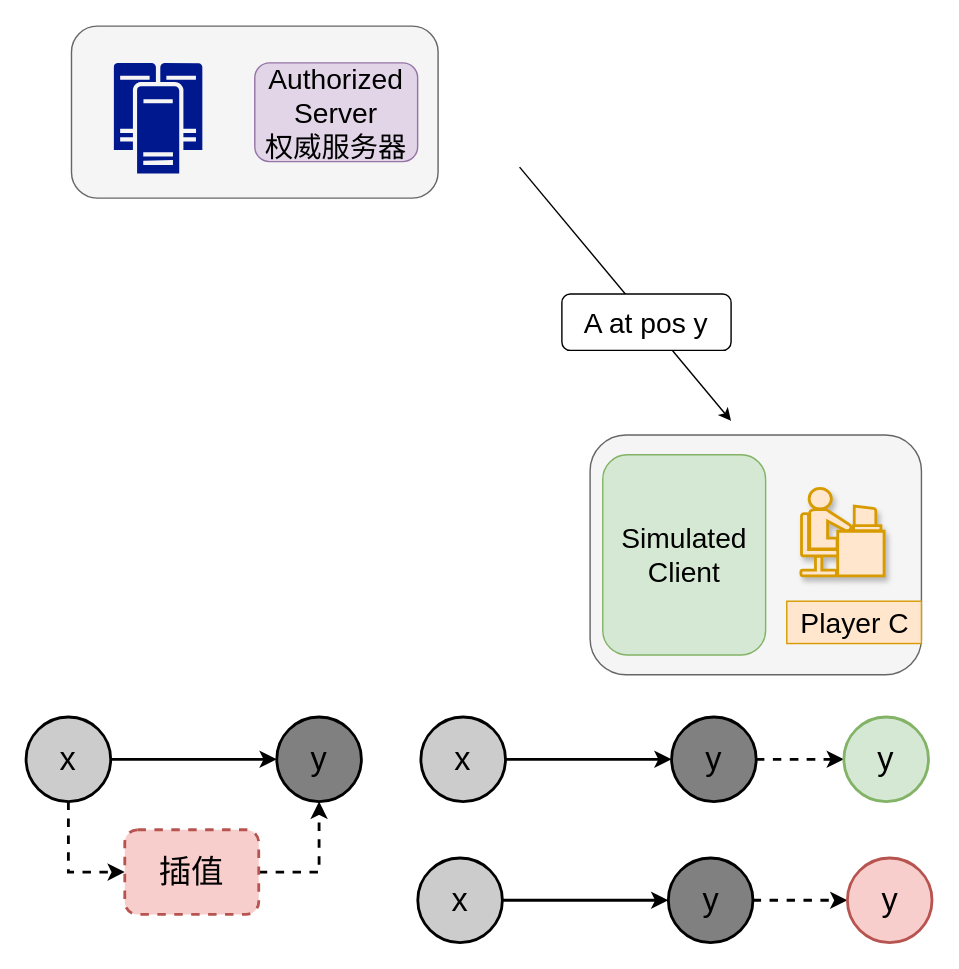
Above: page "zong 的副本 的副本" (35 of 36) of booming/Booming ypwangv5.0 color 104ppt-17.drawio in yrdimple/flowChart (draw.io), before the change. Source tidied: cells renumbered, new cells numbered last; positions are measured from the earlier drawing's top-left corner, leaving out a move shared by most shapes. Both pictures are drawn from the tidied source at 141%, with x=0, y=0 at pixel (25, 25).
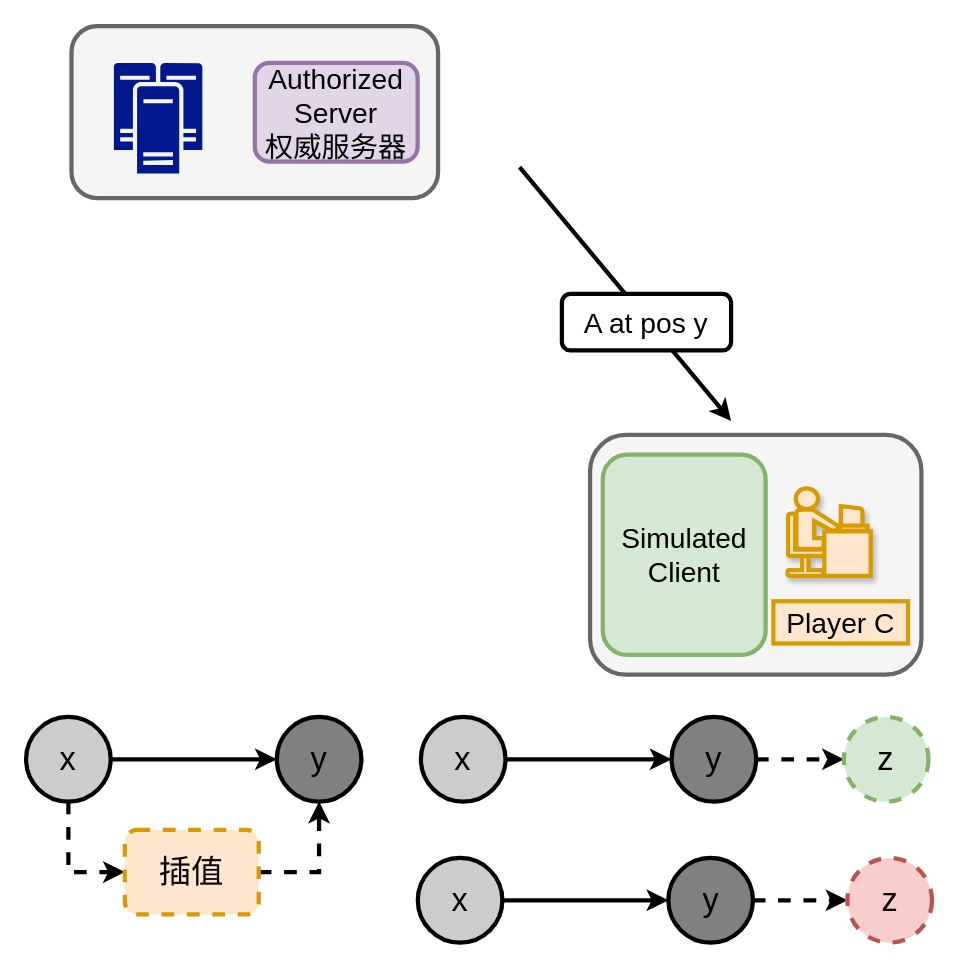
After the change.

Diff of the diagram source:
```diff
@@
-    <mxCell id="2" style="rounded=1;whiteSpace=wrap;html=1;fontSize=20;fillColor=#f5f5f5;fontColor=#333333;strokeColor=#666666;" parent="1" vertex="1">
+    <mxCell id="2" style="rounded=1;whiteSpace=wrap;html=1;fontSize=20;fillColor=#f5f5f5;fontColor=#333333;strokeColor=#666666;strokeWidth=3;" parent="1" vertex="1">
       <mxGeometry x="400" y="290" width="235" height="170" as="geometry" />
     </mxCell>
-    <mxCell id="3" style="rounded=1;whiteSpace=wrap;html=1;fontSize=20;fillColor=#f5f5f5;strokeColor=#666666;fontColor=#333333;" parent="1" vertex="1">
+    <mxCell id="3" style="rounded=1;whiteSpace=wrap;html=1;fontSize=20;fillColor=#f5f5f5;strokeColor=#666666;fontColor=#333333;strokeWidth=3;" parent="1" vertex="1">
       <mxGeometry x="32.2" width="260" height="122" as="geometry" />
     </mxCell>
-    <mxCell id="4" style="shape=mxgraph.cisco.people.androgenous_person;html=1;dashed=0;fillColor=#ffe6cc;strokeColor=#d79b00;strokeWidth=2;verticalLabelPosition=bottom;verticalAlign=top;align=center;fontSize=15;sketch=0;shadow=1;" parent="1" vertex="1">
-      <mxGeometry x="549.5" y="327.9" width="59" height="62" as="geometry" />
+    <mxCell id="4" style="shape=mxgraph.cisco.people.androgenous_person;html=1;dashed=0;fillColor=#ffe6cc;strokeColor=#d79b00;strokeWidth=3;verticalLabelPosition=bottom;verticalAlign=top;align=center;fontSize=15;sketch=0;shadow=1;" parent="1" vertex="1">
+      <mxGeometry x="540" y="327.9" width="59" height="62" as="geometry" />
     </mxCell>
-    <mxCell id="5" value="Player C" style="text;html=1;strokeColor=#d79b00;fillColor=#ffe6cc;align=center;verticalAlign=middle;whiteSpace=wrap;rounded=0;fontSize=20;" parent="1" vertex="1">
-      <mxGeometry x="539.5" y="407.9" width="95.5" height="30" as="geometry" />
+    <mxCell id="5" value="Player C" style="text;html=1;strokeColor=#d79b00;fillColor=#ffe6cc;align=center;verticalAlign=middle;whiteSpace=wrap;rounded=0;fontSize=20;strokeWidth=3;" parent="1" vertex="1">
+      <mxGeometry x="530" y="407.9" width="95.5" height="30" as="geometry" />
     </mxCell>
-    <mxCell id="6" value="Authorized Server&lt;br&gt;权威服务器" style="rounded=1;whiteSpace=wrap;html=1;fontSize=20;strokeColor=#9673a6;fillColor=#e1d5e7;" parent="1" vertex="1">
+    <mxCell id="6" value="Authorized Server&lt;br&gt;权威服务器" style="rounded=1;whiteSpace=wrap;html=1;fontSize=20;strokeColor=#9673a6;fillColor=#e1d5e7;strokeWidth=3;" parent="1" vertex="1">
       <mxGeometry x="162.2" y="26.1" width="115.5" height="70" as="geometry" />
     </mxCell>
-    <mxCell id="7" style="endArrow=none;html=1;rounded=0;fontSize=20;strokeWidth=1;fillColor=#CCCCCC;gradientColor=none;gradientDirection=north;startArrow=classic;startFill=1;endFill=0;" parent="1" edge="1">
+    <mxCell id="7" style="endArrow=none;html=1;rounded=0;fontSize=20;strokeWidth=3;fillColor=#CCCCCC;gradientColor=none;gradientDirection=north;startArrow=classic;startFill=1;endFill=0;" parent="1" edge="1">
       <mxGeometry relative="1" as="geometry">
         <mxPoint x="500" y="280" as="sourcePoint" />
         <mxPoint x="350" y="100" as="targetPoint" />
       </mxGeometry>
     </mxCell>
-    <mxCell id="8" value="Simulated&lt;br&gt;Client" style="rounded=1;whiteSpace=wrap;html=1;fontSize=20;strokeColor=#82b366;fillColor=#d5e8d4;" parent="1" vertex="1">
+    <mxCell id="8" value="Simulated&lt;br&gt;Client" style="rounded=1;whiteSpace=wrap;html=1;fontSize=20;strokeColor=#82b366;fillColor=#d5e8d4;strokeWidth=3;" parent="1" vertex="1">
       <mxGeometry x="409" y="304" width="115.5" height="142" as="geometry" />
     </mxCell>
-    <mxCell id="9" style="sketch=0;shadow=0;dashed=0;html=1;strokeColor=none;labelPosition=center;verticalLabelPosition=bottom;verticalAlign=top;align=center;fillColor=#00188D;shape=mxgraph.mscae.enterprise.cluster_server;rounded=0;fontSize=20;" parent="1" vertex="1">
+    <mxCell id="9" style="sketch=0;shadow=0;dashed=0;html=1;strokeColor=none;labelPosition=center;verticalLabelPosition=bottom;verticalAlign=top;align=center;fillColor=#00188D;shape=mxgraph.mscae.enterprise.cluster_server;rounded=0;fontSize=20;strokeWidth=3;" parent="1" vertex="1">
       <mxGeometry x="62.2" y="26.1" width="62.8" height="78.4" as="geometry" />
     </mxCell>
-    <mxCell id="10" value="A at pos y" style="rounded=1;whiteSpace=wrap;html=1;fontSize=20;" parent="1" vertex="1">
+    <mxCell id="10" value="A at pos y" style="rounded=1;whiteSpace=wrap;html=1;fontSize=20;strokeWidth=3;" parent="1" vertex="1">
       <mxGeometry x="380" y="190" width="120" height="40" as="geometry" />
     </mxCell>
-    <mxCell id="11" style="edgeStyle=orthogonalEdgeStyle;rounded=0;jettySize=auto;html=1;entryX=0;entryY=0.5;entryDx=0;entryDy=0;fontSize=23;strokeWidth=2;" parent="1" edge="1" source="13" target="14">
+    <mxCell id="11" style="edgeStyle=orthogonalEdgeStyle;rounded=0;jettySize=auto;html=1;entryX=0;entryY=0.5;entryDx=0;entryDy=0;fontSize=23;strokeWidth=3;" parent="1" edge="1" source="13" target="14">
       <mxGeometry relative="1" as="geometry" />
     </mxCell>
-    <mxCell id="12" style="edgeStyle=orthogonalEdgeStyle;rounded=0;jettySize=auto;html=1;entryX=0;entryY=0.5;entryDx=0;entryDy=0;fontSize=23;strokeWidth=2;exitX=0.5;exitY=1;exitDx=0;exitDy=0;dashed=1;" parent="1" edge="1" source="13" target="16">
+    <mxCell id="12" style="edgeStyle=orthogonalEdgeStyle;rounded=0;jettySize=auto;html=1;entryX=0;entryY=0.5;entryDx=0;entryDy=0;fontSize=23;strokeWidth=3;exitX=0.5;exitY=1;exitDx=0;exitDy=0;dashed=1;" parent="1" edge="1" source="13" target="16">
       <mxGeometry relative="1" as="geometry" />
     </mxCell>
-    <mxCell id="13" value="x" style="ellipse;whiteSpace=wrap;html=1;fontSize=23;strokeWidth=2;fillColor=#CCCCCC;" parent="1" vertex="1">
+    <mxCell id="13" value="x" style="ellipse;whiteSpace=wrap;html=1;fontSize=23;strokeWidth=3;fillColor=#CCCCCC;" parent="1" vertex="1">
       <mxGeometry y="490" width="60" height="60" as="geometry" />
     </mxCell>
-    <mxCell id="14" value="y" style="ellipse;whiteSpace=wrap;html=1;fontSize=23;strokeWidth=2;fillColor=#808080;" parent="1" vertex="1">
+    <mxCell id="14" value="y" style="ellipse;whiteSpace=wrap;html=1;fontSize=23;strokeWidth=3;fillColor=#808080;" parent="1" vertex="1">
       <mxGeometry x="177.8" y="490" width="60" height="60" as="geometry" />
     </mxCell>
-    <mxCell id="15" style="edgeStyle=orthogonalEdgeStyle;rounded=0;jettySize=auto;html=1;entryX=0.5;entryY=1;entryDx=0;entryDy=0;fontSize=23;strokeWidth=2;dashed=1;" parent="1" edge="1" source="16" target="14">
+    <mxCell id="15" style="edgeStyle=orthogonalEdgeStyle;rounded=0;jettySize=auto;html=1;entryX=0.5;entryY=1;entryDx=0;entryDy=0;fontSize=23;strokeWidth=3;dashed=1;" parent="1" edge="1" source="16" target="14">
       <mxGeometry relative="1" as="geometry" />
     </mxCell>
-    <mxCell id="16" value="插值" style="rounded=1;whiteSpace=wrap;html=1;dashed=1;fontSize=23;strokeWidth=2;fillColor=#f8cecc;strokeColor=#b85450;" parent="1" vertex="1">
+    <mxCell id="16" value="插值" style="rounded=1;whiteSpace=wrap;html=1;dashed=1;fontSize=23;strokeWidth=3;fillColor=#ffe6cc;strokeColor=#d79b00;" parent="1" vertex="1">
       <mxGeometry x="70" y="570" width="95" height="60" as="geometry" />
     </mxCell>
-    <mxCell id="17" style="edgeStyle=orthogonalEdgeStyle;rounded=0;jettySize=auto;html=1;entryX=0;entryY=0.5;entryDx=0;entryDy=0;fontSize=23;strokeWidth=2;" parent="1" edge="1" source="18" target="20">
+    <mxCell id="17" style="edgeStyle=orthogonalEdgeStyle;rounded=0;jettySize=auto;html=1;entryX=0;entryY=0.5;entryDx=0;entryDy=0;fontSize=23;strokeWidth=3;" parent="1" edge="1" source="18" target="20">
       <mxGeometry relative="1" as="geometry" />
     </mxCell>
-    <mxCell id="18" value="x" style="ellipse;whiteSpace=wrap;html=1;fontSize=23;strokeWidth=2;fillColor=#CCCCCC;" parent="1" vertex="1">
+    <mxCell id="18" value="x" style="ellipse;whiteSpace=wrap;html=1;fontSize=23;strokeWidth=3;fillColor=#CCCCCC;" parent="1" vertex="1">
       <mxGeometry x="280" y="490" width="60" height="60" as="geometry" />
     </mxCell>
-    <mxCell id="19" style="edgeStyle=orthogonalEdgeStyle;curved=1;rounded=0;jettySize=auto;html=1;entryX=0;entryY=0.5;entryDx=0;entryDy=0;dashed=1;fontSize=23;strokeWidth=2;" parent="1" edge="1" source="20" target="21">
+    <mxCell id="19" style="edgeStyle=orthogonalEdgeStyle;curved=1;rounded=0;jettySize=auto;html=1;entryX=0;entryY=0.5;entryDx=0;entryDy=0;dashed=1;fontSize=23;strokeWidth=3;" parent="1" edge="1" source="20" target="21">
       <mxGeometry relative="1" as="geometry" />
     </mxCell>
-    <mxCell id="20" value="y" style="ellipse;whiteSpace=wrap;html=1;fontSize=23;strokeWidth=2;fillColor=#808080;" parent="1" vertex="1">
+    <mxCell id="20" value="y" style="ellipse;whiteSpace=wrap;html=1;fontSize=23;strokeWidth=3;fillColor=#808080;" parent="1" vertex="1">
       <mxGeometry x="457.8" y="490" width="60" height="60" as="geometry" />
     </mxCell>
-    <mxCell id="21" value="y" style="ellipse;whiteSpace=wrap;html=1;fontSize=23;strokeWidth=2;fillColor=#d5e8d4;strokeColor=#82b366;" parent="1" vertex="1">
+    <mxCell id="21" value="z" style="ellipse;whiteSpace=wrap;html=1;fontSize=23;strokeWidth=3;fillColor=#d5e8d4;strokeColor=#82b366;dashed=1;" parent="1" vertex="1">
       <mxGeometry x="580" y="490" width="60" height="60" as="geometry" />
     </mxCell>
-    <mxCell id="22" style="edgeStyle=orthogonalEdgeStyle;rounded=0;jettySize=auto;html=1;entryX=0;entryY=0.5;entryDx=0;entryDy=0;fontSize=23;strokeWidth=2;" parent="1" edge="1" source="23" target="25">
+    <mxCell id="22" style="edgeStyle=orthogonalEdgeStyle;rounded=0;jettySize=auto;html=1;entryX=0;entryY=0.5;entryDx=0;entryDy=0;fontSize=23;strokeWidth=3;" parent="1" edge="1" source="23" target="25">
       <mxGeometry relative="1" as="geometry" />
     </mxCell>
-    <mxCell id="23" value="x" style="ellipse;whiteSpace=wrap;html=1;fontSize=23;strokeWidth=2;fillColor=#CCCCCC;" parent="1" vertex="1">
+    <mxCell id="23" value="x" style="ellipse;whiteSpace=wrap;html=1;fontSize=23;strokeWidth=3;fillColor=#CCCCCC;" parent="1" vertex="1">
       <mxGeometry x="277.8" y="590" width="60" height="60" as="geometry" />
     </mxCell>
-    <mxCell id="24" style="edgeStyle=orthogonalEdgeStyle;curved=1;rounded=0;jettySize=auto;html=1;entryX=0;entryY=0.5;entryDx=0;entryDy=0;dashed=1;fontSize=23;strokeWidth=2;" parent="1" edge="1" source="25" target="26">
+    <mxCell id="24" style="edgeStyle=orthogonalEdgeStyle;curved=1;rounded=0;jettySize=auto;html=1;entryX=0;entryY=0.5;entryDx=0;entryDy=0;dashed=1;fontSize=23;strokeWidth=3;" parent="1" edge="1" source="25" target="26">
       <mxGeometry relative="1" as="geometry" />
     </mxCell>
-    <mxCell id="25" value="y" style="ellipse;whiteSpace=wrap;html=1;fontSize=23;strokeWidth=2;fillColor=#808080;" parent="1" vertex="1">
+    <mxCell id="25" value="y" style="ellipse;whiteSpace=wrap;html=1;fontSize=23;strokeWidth=3;fillColor=#808080;" parent="1" vertex="1">
       <mxGeometry x="455.5" y="590" width="60" height="60" as="geometry" />
     </mxCell>
-    <mxCell id="26" value="y" style="ellipse;whiteSpace=wrap;html=1;fontSize=23;strokeWidth=2;fillColor=#f8cecc;strokeColor=#b85450;" parent="1" vertex="1">
+    <mxCell id="26" value="z" style="ellipse;whiteSpace=wrap;html=1;fontSize=23;strokeWidth=3;fillColor=#f8cecc;strokeColor=#b85450;dashed=1;" parent="1" vertex="1">
       <mxGeometry x="582.5" y="590" width="60" height="60" as="geometry" />
     </mxCell>
```
